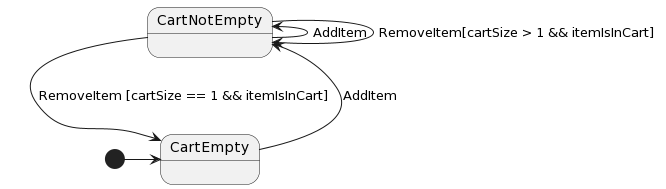
Above: doc/flat_statemachine_without_invariants_diagram.png in bertilmuth/act (PlantUML), before the change.
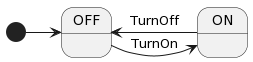
Later version of the same file.

What changed in the source:
```diff
@@ -1,7 +1,5 @@
 @startuml
-[*] -right-> CartEmpty
-CartEmpty -right-> CartNotEmpty : AddItem
-CartNotEmpty --> CartEmpty : RemoveItem [cartSize == 1 && itemIsInCart]
-CartNotEmpty -left-> CartNotEmpty : AddItem
-CartNotEmpty -right-> CartNotEmpty : RemoveItem[cartSize > 1 && itemIsInCart]
+[*] -right-> OFF
+OFF -right-> ON: TurnOn
+ON -left-> OFF: TurnOff
 @enduml
```
